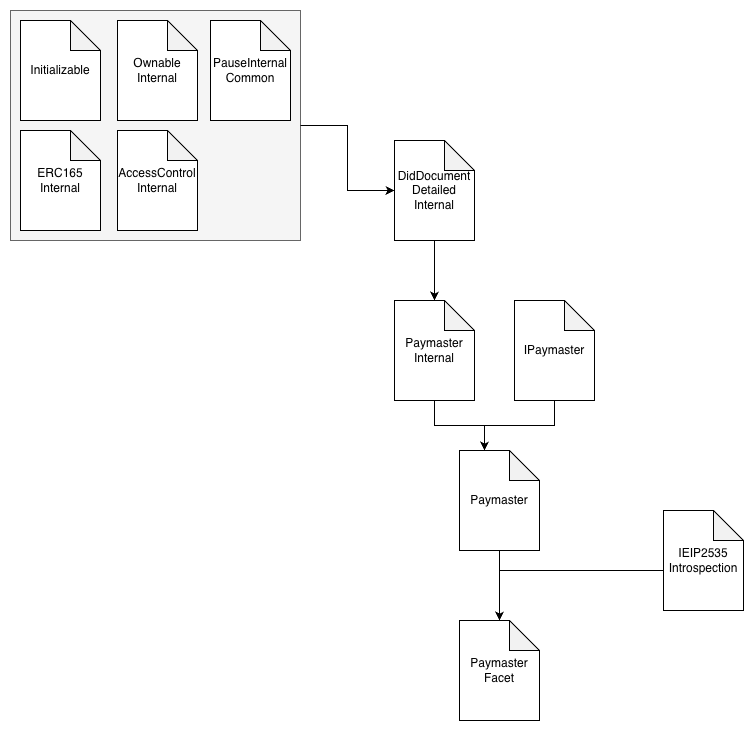
Earlier version of the draw.io export docs/diagrams/AccountAbstraction/AccountAbstraction-Paymaster.png (red-isbe/isbe-contracts). Source tidied: cells renumbered, new cells last; positions are measured from the earlier drawing's top-left corner, leaving out a move shared by most shapes. The source it was exported from:
```xml
<mxGraphModel>
  <root>
    <mxCell id="0" />
    <mxCell id="1" parent="0" />
    <mxCell id="2" style="rounded=0;whiteSpace=wrap;html=1;fillColor=#f5f5f5;fontColor=#333333;strokeColor=#666666;" parent="1" vertex="1">
      <mxGeometry width="290" height="230" as="geometry" />
    </mxCell>
    <mxCell id="3" style="edgeStyle=orthogonalEdgeStyle;rounded=0;jettySize=auto;html=1;" parent="1" edge="1" source="4" target="12">
      <mxGeometry relative="1" as="geometry" />
    </mxCell>
    <mxCell id="4" value="DidDocument&lt;div&gt;Detailed&lt;/div&gt;&lt;div&gt;Internal&lt;/div&gt;" style="shape=note;whiteSpace=wrap;html=1;backgroundOutline=1;darkOpacity=0.05;" parent="1" vertex="1">
      <mxGeometry x="384" y="130" width="80" height="100" as="geometry" />
    </mxCell>
    <mxCell id="5" value="Initializable" style="shape=note;whiteSpace=wrap;html=1;backgroundOutline=1;darkOpacity=0.05;" parent="1" vertex="1">
      <mxGeometry x="10" y="10" width="80" height="100" as="geometry" />
    </mxCell>
    <mxCell id="6" value="ERC165&lt;div&gt;Internal&lt;/div&gt;" style="shape=note;whiteSpace=wrap;html=1;backgroundOutline=1;darkOpacity=0.05;" parent="1" vertex="1">
      <mxGeometry x="10" y="120" width="80" height="100" as="geometry" />
    </mxCell>
    <mxCell id="7" value="AccessControl&lt;div&gt;Internal&lt;/div&gt;" style="shape=note;whiteSpace=wrap;html=1;backgroundOutline=1;darkOpacity=0.05;" parent="1" vertex="1">
      <mxGeometry x="107" y="120" width="80" height="100" as="geometry" />
    </mxCell>
    <mxCell id="8" value="PauseInternal&lt;div&gt;Common&lt;/div&gt;" style="shape=note;whiteSpace=wrap;html=1;backgroundOutline=1;darkOpacity=0.05;" parent="1" vertex="1">
      <mxGeometry x="200" y="10" width="80" height="100" as="geometry" />
    </mxCell>
    <mxCell id="9" value="Ownable&lt;div&gt;Internal&lt;/div&gt;" style="shape=note;whiteSpace=wrap;html=1;backgroundOutline=1;darkOpacity=0.05;" parent="1" vertex="1">
      <mxGeometry x="107" y="10" width="80" height="100" as="geometry" />
    </mxCell>
    <mxCell id="10" style="edgeStyle=orthogonalEdgeStyle;rounded=0;jettySize=auto;html=1;" parent="1" edge="1" source="2" target="4">
      <mxGeometry relative="1" as="geometry" />
    </mxCell>
    <mxCell id="11" value="IPaymaster" style="shape=note;whiteSpace=wrap;html=1;backgroundOutline=1;darkOpacity=0.05;" parent="1" vertex="1">
      <mxGeometry x="504" y="290" width="80" height="100" as="geometry" />
    </mxCell>
    <mxCell id="12" value="Paymaster&lt;div&gt;Internal&lt;/div&gt;" style="shape=note;whiteSpace=wrap;html=1;backgroundOutline=1;darkOpacity=0.05;" parent="1" vertex="1">
      <mxGeometry x="384" y="290" width="80" height="100" as="geometry" />
    </mxCell>
    <mxCell id="13" value="IEIP2535&lt;div&gt;Introspection&lt;/div&gt;" style="shape=note;whiteSpace=wrap;html=1;backgroundOutline=1;darkOpacity=0.05;" parent="1" vertex="1">
      <mxGeometry x="653" y="500" width="80" height="100" as="geometry" />
    </mxCell>
    <mxCell id="14" style="edgeStyle=orthogonalEdgeStyle;rounded=0;jettySize=auto;html=1;" parent="1" edge="1" source="15" target="16">
      <mxGeometry relative="1" as="geometry" />
    </mxCell>
    <mxCell id="15" value="Paymaster" style="shape=note;whiteSpace=wrap;html=1;backgroundOutline=1;darkOpacity=0.05;" parent="1" vertex="1">
      <mxGeometry x="449" y="440" width="80" height="100" as="geometry" />
    </mxCell>
    <mxCell id="16" value="Paymaster&lt;div&gt;Facet&lt;/div&gt;" style="shape=note;whiteSpace=wrap;html=1;backgroundOutline=1;darkOpacity=0.05;" parent="1" vertex="1">
      <mxGeometry x="449" y="610" width="80" height="100" as="geometry" />
    </mxCell>
    <mxCell id="17" style="edgeStyle=orthogonalEdgeStyle;rounded=0;jettySize=auto;html=1;entryX=0;entryY=0;entryDx=25;entryDy=0;entryPerimeter=0;" parent="1" edge="1" source="12" target="15">
      <mxGeometry relative="1" as="geometry" />
    </mxCell>
    <mxCell id="18" style="edgeStyle=orthogonalEdgeStyle;rounded=0;jettySize=auto;html=1;entryX=0;entryY=0;entryDx=25;entryDy=0;entryPerimeter=0;" parent="1" edge="1" source="11" target="15">
      <mxGeometry relative="1" as="geometry" />
    </mxCell>
    <mxCell id="19" style="edgeStyle=orthogonalEdgeStyle;rounded=0;jettySize=auto;html=1;entryX=0.5;entryY=0;entryDx=0;entryDy=0;entryPerimeter=0;" parent="1" edge="1" source="13" target="16">
      <mxGeometry relative="1" as="geometry">
        <Array as="points">
          <mxPoint x="489" y="560" />
        </Array>
      </mxGeometry>
    </mxCell>
  </root>
</mxGraphModel>
```
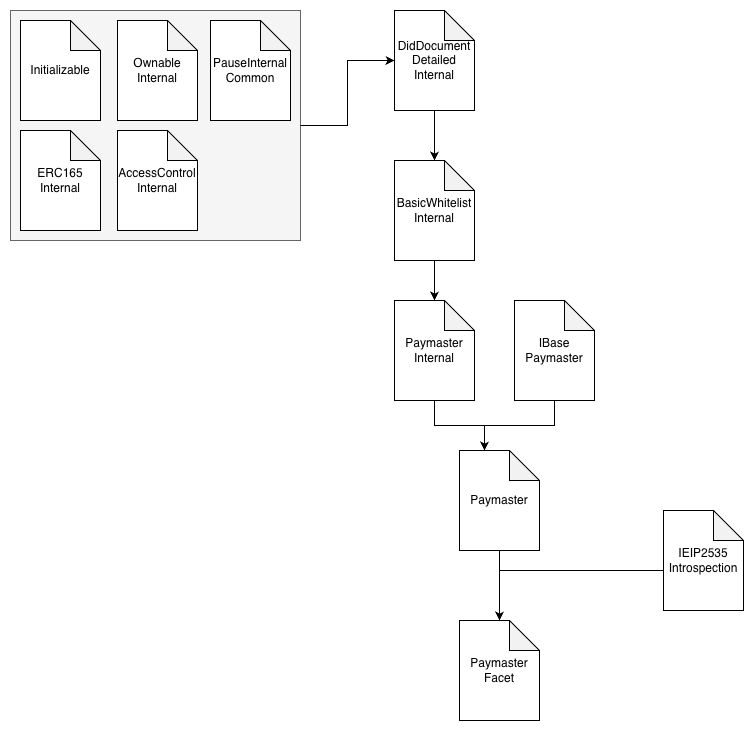
Later version of the same file.

Commit message:
doc: adjust adr

What changed in the source:
```diff
@@ -5,11 +5,11 @@
     <mxCell id="2" style="rounded=0;whiteSpace=wrap;html=1;fillColor=#f5f5f5;fontColor=#333333;strokeColor=#666666;" parent="1" vertex="1">
       <mxGeometry width="290" height="230" as="geometry" />
     </mxCell>
-    <mxCell id="3" style="edgeStyle=orthogonalEdgeStyle;rounded=0;jettySize=auto;html=1;" parent="1" edge="1" source="4" target="12">
+    <mxCell id="3" style="edgeStyle=orthogonalEdgeStyle;rounded=0;jettySize=auto;html=1;" parent="1" edge="1" source="4" target="21">
       <mxGeometry relative="1" as="geometry" />
     </mxCell>
     <mxCell id="4" value="DidDocument&lt;div&gt;Detailed&lt;/div&gt;&lt;div&gt;Internal&lt;/div&gt;" style="shape=note;whiteSpace=wrap;html=1;backgroundOutline=1;darkOpacity=0.05;" parent="1" vertex="1">
-      <mxGeometry x="384" y="130" width="80" height="100" as="geometry" />
+      <mxGeometry x="384" width="80" height="100" as="geometry" />
     </mxCell>
     <mxCell id="5" value="Initializable" style="shape=note;whiteSpace=wrap;html=1;backgroundOutline=1;darkOpacity=0.05;" parent="1" vertex="1">
       <mxGeometry x="10" y="10" width="80" height="100" as="geometry" />
@@ -29,7 +29,7 @@
     <mxCell id="10" style="edgeStyle=orthogonalEdgeStyle;rounded=0;jettySize=auto;html=1;" parent="1" edge="1" source="2" target="4">
       <mxGeometry relative="1" as="geometry" />
     </mxCell>
-    <mxCell id="11" value="IPaymaster" style="shape=note;whiteSpace=wrap;html=1;backgroundOutline=1;darkOpacity=0.05;" parent="1" vertex="1">
+    <mxCell id="11" value="IBase&lt;div&gt;Paymaster&lt;/div&gt;" style="shape=note;whiteSpace=wrap;html=1;backgroundOutline=1;darkOpacity=0.05;" parent="1" vertex="1">
       <mxGeometry x="504" y="290" width="80" height="100" as="geometry" />
     </mxCell>
     <mxCell id="12" value="Paymaster&lt;div&gt;Internal&lt;/div&gt;" style="shape=note;whiteSpace=wrap;html=1;backgroundOutline=1;darkOpacity=0.05;" parent="1" vertex="1">
@@ -60,5 +60,11 @@
         </Array>
       </mxGeometry>
     </mxCell>
+    <mxCell id="20" style="edgeStyle=orthogonalEdgeStyle;rounded=0;jettySize=auto;html=1;" parent="1" edge="1" source="21" target="12">
+      <mxGeometry relative="1" as="geometry" />
+    </mxCell>
+    <mxCell id="21" value="BasicWhitelist&lt;div&gt;Internal&lt;/div&gt;" style="shape=note;whiteSpace=wrap;html=1;backgroundOutline=1;darkOpacity=0.05;" parent="1" vertex="1">
+      <mxGeometry x="384" y="150" width="80" height="100" as="geometry" />
+    </mxCell>
   </root>
 </mxGraphModel>
```
